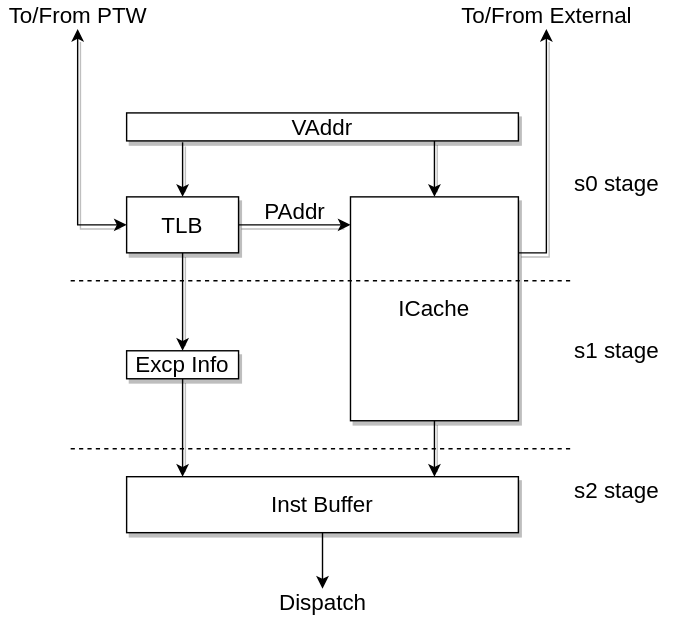
msyksphinz-self/scariv_zero keeps this draw.io diagram as docs/source/sections/frontend_pipe.svg. Above is the earlier version. Source tidied: cells renumbered, new cells last; positions are measured from the earlier drawing's top-left corner, leaving out a move shared by most shapes.
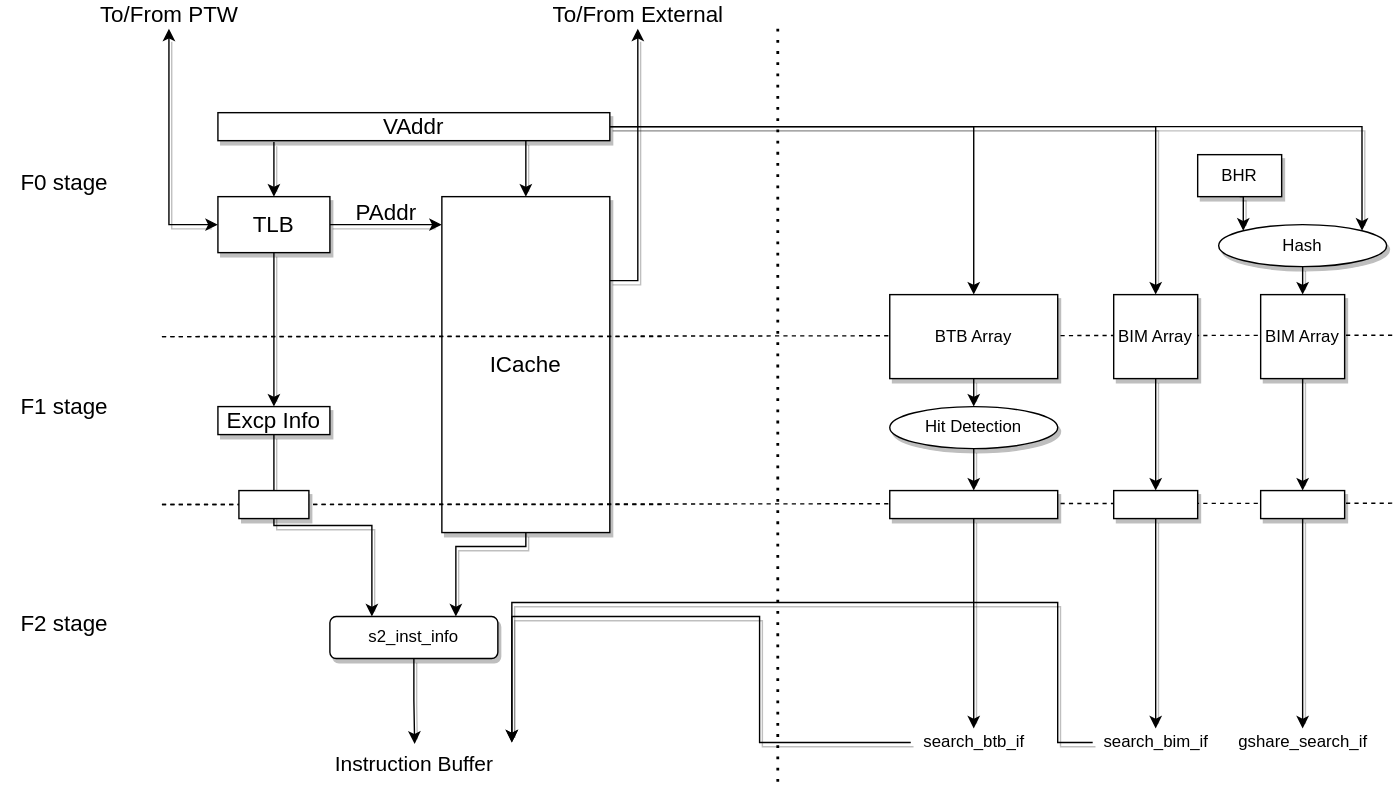
After the commit.

What changed in the source:
```diff
@@ -2,94 +2,208 @@
   <root>
     <mxCell id="0" />
     <mxCell id="1" parent="0" />
-    <mxCell id="2" style="edgeStyle=none;rounded=0;jettySize=auto;html=1;entryX=0.5;entryY=0;entryDx=0;entryDy=0;fontSize=16;shadow=1;" parent="1" edge="1" target="12">
+    <mxCell id="2" style="edgeStyle=none;rounded=0;jettySize=auto;html=1;entryX=0.5;entryY=0;entryDx=0;entryDy=0;fontSize=16;shadow=1;" parent="1" edge="1" target="15">
       <mxGeometry relative="1" as="geometry">
         <mxPoint x="310" y="100" as="sourcePoint" />
       </mxGeometry>
     </mxCell>
-    <mxCell id="3" style="edgeStyle=none;rounded=0;jettySize=auto;html=1;entryX=0.5;entryY=0;entryDx=0;entryDy=0;fontSize=16;shadow=1;" parent="1" edge="1" target="9">
+    <mxCell id="3" style="edgeStyle=none;rounded=0;jettySize=auto;html=1;entryX=0.5;entryY=0;entryDx=0;entryDy=0;fontSize=16;shadow=1;" parent="1" edge="1" target="12">
       <mxGeometry relative="1" as="geometry">
         <mxPoint x="130" y="101" as="sourcePoint" />
       </mxGeometry>
     </mxCell>
-    <mxCell id="4" value="VAddr" style="rounded=0;whiteSpace=wrap;html=1;fontSize=16;shadow=1;" parent="1" vertex="1">
-      <mxGeometry x="90" y="80" width="280" height="20" as="geometry" />
+    <mxCell id="4" style="edgeStyle=orthogonalEdgeStyle;rounded=0;jettySize=auto;html=1;exitX=1;exitY=0.5;exitDx=0;exitDy=0;" parent="1" edge="1" source="7" target="27">
+      <mxGeometry relative="1" as="geometry" />
     </mxCell>
-    <mxCell id="5" style="edgeStyle=none;rounded=0;jettySize=auto;html=1;exitX=1;exitY=0.5;exitDx=0;exitDy=0;fontSize=16;shadow=1;" parent="1" edge="1" source="9">
-      <mxGeometry relative="1" as="geometry">
-        <mxPoint x="250" y="160" as="targetPoint" />
-      </mxGeometry>
+    <mxCell id="5" style="edgeStyle=orthogonalEdgeStyle;rounded=0;jettySize=auto;html=1;exitX=1;exitY=0.5;exitDx=0;exitDy=0;shadow=1;" parent="1" edge="1" source="7" target="37">
+      <mxGeometry relative="1" as="geometry" />
     </mxCell>
-    <mxCell id="6" value="PAddr" style="edgeLabel;html=1;align=center;verticalAlign=middle;fontSize=16;labelBackgroundColor=none;shadow=1;" parent="5" vertex="1">
-      <mxGeometry x="0.29" y="2" relative="1" as="geometry">
-        <mxPoint x="-11.6" y="-8" as="offset" />
-      </mxGeometry>
+    <mxCell id="6" style="edgeStyle=orthogonalEdgeStyle;rounded=0;jettySize=auto;html=1;exitX=1;exitY=0.5;exitDx=0;exitDy=0;entryX=1;entryY=0;entryDx=0;entryDy=0;shadow=1;" parent="1" edge="1" source="7" target="47">
+      <mxGeometry relative="1" as="geometry" />
     </mxCell>
-    <mxCell id="7" style="edgeStyle=none;rounded=0;jettySize=auto;html=1;exitX=0.5;exitY=1;exitDx=0;exitDy=0;entryX=0.5;entryY=0;entryDx=0;entryDy=0;fontSize=16;shadow=1;" parent="1" edge="1" source="9" target="16">
-      <mxGeometry relative="1" as="geometry" />
+    <mxCell id="7" value="VAddr" style="rounded=0;whiteSpace=wrap;html=1;fontSize=16;shadow=1;" parent="1" vertex="1">
+      <mxGeometry x="90" y="80" width="280" height="20" as="geometry" />
     </mxCell>
-    <mxCell id="8" style="edgeStyle=orthogonalEdgeStyle;rounded=0;jettySize=auto;html=1;exitX=0;exitY=0.5;exitDx=0;exitDy=0;fontSize=16;startArrow=classic;startFill=1;shadow=1;" parent="1" edge="1" source="9" target="22">
-      <mxGeometry relative="1" as="geometry" />
+    <mxCell id="8" style="edgeStyle=none;rounded=0;jettySize=auto;html=1;exitX=1;exitY=0.5;exitDx=0;exitDy=0;fontSize=16;shadow=1;" parent="1" edge="1" source="12">
+      <mxGeometry relative="1" as="geometry">
+        <mxPoint x="250" y="160" as="targetPoint" />
+      </mxGeometry>
     </mxCell>
-    <mxCell id="9" value="TLB" style="rounded=0;whiteSpace=wrap;html=1;fontSize=16;shadow=1;" parent="1" vertex="1">
-      <mxGeometry x="90" y="140" width="80" height="40" as="geometry" />
+    <mxCell id="9" value="PAddr" style="edgeLabel;html=1;align=center;verticalAlign=middle;points=[];fontSize=16;labelBackgroundColor=none;shadow=1;" parent="8" vertex="1">
+      <mxGeometry x="0.29" y="2" relative="1" as="geometry">
+        <mxPoint x="-11.6" y="-8" as="offset" />
+      </mxGeometry>
     </mxCell>
-    <mxCell id="10" style="rounded=0;jettySize=auto;html=1;exitX=0.5;exitY=1;exitDx=0;exitDy=0;fontSize=16;shadow=1;" parent="1" edge="1" source="12">
-      <mxGeometry relative="1" as="geometry">
-        <mxPoint x="310" y="340" as="targetPoint" />
-      </mxGeometry>
+    <mxCell id="10" style="edgeStyle=none;rounded=0;jettySize=auto;html=1;exitX=0.5;exitY=1;exitDx=0;exitDy=0;entryX=0.5;entryY=0;entryDx=0;entryDy=0;fontSize=16;shadow=1;" parent="1" edge="1" source="12" target="17">
+      <mxGeometry relative="1" as="geometry" />
     </mxCell>
-    <mxCell id="11" style="edgeStyle=orthogonalEdgeStyle;rounded=0;jettySize=auto;html=1;exitX=1;exitY=0.25;exitDx=0;exitDy=0;fontSize=16;shadow=1;" parent="1" edge="1" source="12" target="23">
+    <mxCell id="11" style="edgeStyle=orthogonalEdgeStyle;rounded=0;jettySize=auto;html=1;exitX=0;exitY=0.5;exitDx=0;exitDy=0;fontSize=16;startArrow=classic;startFill=1;shadow=1;" parent="1" edge="1" source="12" target="23">
       <mxGeometry relative="1" as="geometry" />
     </mxCell>
-    <mxCell id="12" value="ICache" style="rounded=0;whiteSpace=wrap;html=1;fontSize=16;shadow=1;" parent="1" vertex="1">
-      <mxGeometry x="250" y="140" width="120" height="160" as="geometry" />
+    <mxCell id="12" value="TLB" style="rounded=0;whiteSpace=wrap;html=1;fontSize=16;shadow=1;" parent="1" vertex="1">
+      <mxGeometry x="90" y="140" width="80" height="40" as="geometry" />
     </mxCell>
-    <mxCell id="13" style="edgeStyle=orthogonalEdgeStyle;rounded=0;jettySize=auto;html=1;exitX=0.5;exitY=1;exitDx=0;exitDy=0;startArrow=none;startFill=0;fontSize=16;" parent="1" edge="1" source="14">
+    <mxCell id="13" style="rounded=0;jettySize=auto;html=1;exitX=0.5;exitY=1;exitDx=0;exitDy=0;fontSize=16;shadow=1;entryX=0.75;entryY=0;entryDx=0;entryDy=0;edgeStyle=orthogonalEdgeStyle;" parent="1" edge="1" source="15" target="43">
       <mxGeometry relative="1" as="geometry">
-        <mxPoint x="230" y="420" as="targetPoint" />
+        <Array as="points">
+          <mxPoint x="310" y="390" />
+          <mxPoint x="260" y="390" />
+        </Array>
       </mxGeometry>
     </mxCell>
-    <mxCell id="14" value="Inst Buffer" style="rounded=0;whiteSpace=wrap;html=1;fontSize=16;shadow=1;" parent="1" vertex="1">
-      <mxGeometry x="90" y="340" width="280" height="40" as="geometry" />
+    <mxCell id="14" style="edgeStyle=orthogonalEdgeStyle;rounded=0;jettySize=auto;html=1;exitX=1;exitY=0.25;exitDx=0;exitDy=0;fontSize=16;shadow=1;" parent="1" edge="1" source="15" target="24">
+      <mxGeometry relative="1" as="geometry" />
     </mxCell>
-    <mxCell id="15" style="edgeStyle=none;rounded=0;jettySize=auto;html=1;exitX=0.5;exitY=1;exitDx=0;exitDy=0;fontSize=16;shadow=1;" parent="1" edge="1" source="16">
-      <mxGeometry relative="1" as="geometry">
-        <mxPoint x="130" y="340" as="targetPoint" />
-      </mxGeometry>
+    <mxCell id="15" value="ICache" style="rounded=0;whiteSpace=wrap;html=1;fontSize=16;shadow=1;" parent="1" vertex="1">
+      <mxGeometry x="250" y="140" width="120" height="240" as="geometry" />
     </mxCell>
-    <mxCell id="16" value="Excp Info" style="rounded=0;whiteSpace=wrap;html=1;fontSize=16;shadow=1;" parent="1" vertex="1">
-      <mxGeometry x="90" y="250" width="80" height="20" as="geometry" />
+    <mxCell id="16" style="edgeStyle=orthogonalEdgeStyle;rounded=0;jettySize=auto;html=1;exitX=0.5;exitY=1;exitDx=0;exitDy=0;fontSize=16;shadow=1;entryX=0.25;entryY=0;entryDx=0;entryDy=0;" parent="1" edge="1" source="17" target="43">
+      <mxGeometry relative="1" as="geometry" />
     </mxCell>
-    <mxCell id="17" style="endArrow=none;dashed=1;html=1;fontSize=16;" parent="1" edge="1">
-      <mxGeometry relative="1" as="geometry">
-        <mxPoint x="50" y="200" as="sourcePoint" />
-        <mxPoint x="410" y="200" as="targetPoint" />
-      </mxGeometry>
+    <mxCell id="17" value="Excp Info" style="rounded=0;whiteSpace=wrap;html=1;fontSize=16;shadow=1;" parent="1" vertex="1">
+      <mxGeometry x="90" y="290" width="80" height="20" as="geometry" />
     </mxCell>
     <mxCell id="18" style="endArrow=none;dashed=1;html=1;fontSize=16;" parent="1" edge="1">
       <mxGeometry relative="1" as="geometry">
-        <mxPoint x="50" y="320" as="sourcePoint" />
-        <mxPoint x="410" y="320" as="targetPoint" />
+        <mxPoint x="50" y="240" as="sourcePoint" />
+        <mxPoint x="410" y="240" as="targetPoint" />
       </mxGeometry>
     </mxCell>
-    <mxCell id="19" value="s0 stage" style="text;html=1;align=center;verticalAlign=middle;fontSize=16;" parent="1" vertex="1">
-      <mxGeometry x="400" y="120" width="80" height="20" as="geometry" />
+    <mxCell id="19" style="endArrow=none;dashed=1;html=1;fontSize=16;" parent="1" edge="1">
+      <mxGeometry relative="1" as="geometry">
+        <mxPoint x="50" y="360" as="sourcePoint" />
+        <mxPoint x="410" y="360" as="targetPoint" />
+      </mxGeometry>
     </mxCell>
-    <mxCell id="20" value="s1 stage" style="text;html=1;align=center;verticalAlign=middle;fontSize=16;" parent="1" vertex="1">
-      <mxGeometry x="400" y="240" width="80" height="20" as="geometry" />
+    <mxCell id="20" value="F0 stage" style="text;html=1;align=center;verticalAlign=middle;fontSize=16;" parent="1" vertex="1">
+      <mxGeometry x="-65" y="115" width="90" height="30" as="geometry" />
     </mxCell>
-    <mxCell id="21" value="s2 stage" style="text;html=1;align=center;verticalAlign=middle;fontSize=16;" parent="1" vertex="1">
-      <mxGeometry x="400" y="340" width="80" height="20" as="geometry" />
+    <mxCell id="21" value="F1 stage" style="text;html=1;align=center;verticalAlign=middle;fontSize=16;" parent="1" vertex="1">
+      <mxGeometry x="-65" y="275" width="90" height="30" as="geometry" />
     </mxCell>
-    <mxCell id="22" value="To/From PTW" style="text;html=1;align=center;verticalAlign=middle;points=[];fontSize=16;" parent="1" vertex="1">
-      <mxGeometry width="110" height="20" as="geometry" />
+    <mxCell id="22" value="F2 stage" style="text;html=1;align=center;verticalAlign=middle;points=[];fontSize=16;" parent="1" vertex="1">
+      <mxGeometry x="-65" y="430" width="90" height="30" as="geometry" />
     </mxCell>
-    <mxCell id="23" value="To/From External" style="text;html=1;align=center;verticalAlign=middle;points=[];fontSize=16;" parent="1" vertex="1">
-      <mxGeometry x="320" width="140" height="20" as="geometry" />
+    <mxCell id="23" value="To/From PTW" style="text;html=1;align=center;verticalAlign=middle;points=[];fontSize=16;" parent="1" vertex="1">
+      <mxGeometry width="110" height="20" as="geometry" />
     </mxCell>
-    <mxCell id="24" value="Dispatch" style="text;html=1;align=center;verticalAlign=middle;points=[];fontSize=16;" parent="1" vertex="1">
-      <mxGeometry x="190" y="420" width="80" height="20" as="geometry" />
+    <mxCell id="24" value="To/From External" style="text;html=1;align=center;verticalAlign=middle;points=[];fontSize=16;" parent="1" vertex="1">
+      <mxGeometry x="320" width="140" height="20" as="geometry" />
     </mxCell>
+    <mxCell id="25" style="endArrow=none;dashed=1;html=1;fontSize=16;" parent="1" edge="1">
+      <mxGeometry relative="1" as="geometry">
+        <mxPoint x="50" y="240" as="sourcePoint" />
+        <mxPoint x="930" y="239" as="targetPoint" />
+      </mxGeometry>
+    </mxCell>
+    <mxCell id="26" style="edgeStyle=orthogonalEdgeStyle;rounded=0;jettySize=auto;html=1;exitX=0.5;exitY=1;exitDx=0;exitDy=0;entryX=0.5;entryY=0;entryDx=0;entryDy=0;shadow=1;" parent="1" edge="1" source="27" target="31">
+      <mxGeometry relative="1" as="geometry" />
+    </mxCell>
+    <mxCell id="27" value="BTB Array" style="rounded=0;whiteSpace=wrap;html=1;shadow=1;" parent="1" vertex="1">
+      <mxGeometry x="570" y="210" width="120" height="60" as="geometry" />
+    </mxCell>
+    <mxCell id="28" style="endArrow=none;dashed=1;html=1;fontSize=16;" parent="1" edge="1">
+      <mxGeometry relative="1" as="geometry">
+        <mxPoint x="50" y="360" as="sourcePoint" />
+        <mxPoint x="930" y="359" as="targetPoint" />
+      </mxGeometry>
+    </mxCell>
+    <mxCell id="29" style="endArrow=none;dashed=1;html=1;dashPattern=1 3;strokeWidth=2;rounded=0;" parent="1" edge="1">
+      <mxGeometry relative="1" as="geometry">
+        <mxPoint x="490" y="20" as="sourcePoint" />
+        <mxPoint x="490" y="560" as="targetPoint" />
+      </mxGeometry>
+    </mxCell>
+    <mxCell id="30" style="edgeStyle=orthogonalEdgeStyle;rounded=0;jettySize=auto;html=1;exitX=0.5;exitY=1;exitDx=0;exitDy=0;entryX=0.5;entryY=0;entryDx=0;entryDy=0;shadow=1;" parent="1" edge="1" source="31" target="33">
+      <mxGeometry relative="1" as="geometry" />
+    </mxCell>
+    <mxCell id="31" value="Hit Detection" style="ellipse;whiteSpace=wrap;html=1;shadow=1;" parent="1" vertex="1">
+      <mxGeometry x="570" y="290" width="120" height="30" as="geometry" />
+    </mxCell>
+    <mxCell id="32" style="edgeStyle=orthogonalEdgeStyle;rounded=0;jettySize=auto;html=1;exitX=0.5;exitY=1;exitDx=0;exitDy=0;shadow=1;" parent="1" edge="1" source="33" target="35">
+      <mxGeometry relative="1" as="geometry" />
+    </mxCell>
+    <mxCell id="33" style="rounded=0;whiteSpace=wrap;html=1;shadow=1;" parent="1" vertex="1">
+      <mxGeometry x="570" y="350" width="120" height="20" as="geometry" />
+    </mxCell>
+    <mxCell id="34" style="edgeStyle=orthogonalEdgeStyle;rounded=0;jettySize=auto;html=1;entryX=0.75;entryY=0;entryDx=0;entryDy=0;shadow=1;" parent="1" edge="1" source="35">
+      <mxGeometry relative="1" as="geometry">
+        <mxPoint x="300" y="530" as="targetPoint" />
+        <Array as="points">
+          <mxPoint x="477" y="530" />
+          <mxPoint x="477" y="440" />
+          <mxPoint x="300" y="440" />
+        </Array>
+      </mxGeometry>
+    </mxCell>
+    <mxCell id="35" value="search_btb_if" style="text;html=1;align=center;verticalAlign=middle;points=[];strokeColor=none;fillColor=none;shadow=1;" parent="1" vertex="1">
+      <mxGeometry x="585" y="520" width="90" height="20" as="geometry" />
+    </mxCell>
+    <mxCell id="36" style="edgeStyle=orthogonalEdgeStyle;rounded=0;jettySize=auto;html=1;entryX=0.5;entryY=0;entryDx=0;entryDy=0;shadow=1;" parent="1" edge="1" source="37" target="39">
+      <mxGeometry relative="1" as="geometry" />
+    </mxCell>
+    <mxCell id="37" value="BIM Array" style="rounded=0;whiteSpace=wrap;html=1;shadow=1;" parent="1" vertex="1">
+      <mxGeometry x="730" y="210" width="60" height="60" as="geometry" />
+    </mxCell>
+    <mxCell id="38" style="edgeStyle=orthogonalEdgeStyle;rounded=0;jettySize=auto;html=1;exitX=0.5;exitY=1;exitDx=0;exitDy=0;shadow=1;" parent="1" edge="1" source="39" target="41">
+      <mxGeometry relative="1" as="geometry" />
+    </mxCell>
+    <mxCell id="39" style="rounded=0;whiteSpace=wrap;html=1;shadow=1;" parent="1" vertex="1">
+      <mxGeometry x="730" y="350" width="60" height="20" as="geometry" />
+    </mxCell>
+    <mxCell id="40" style="edgeStyle=orthogonalEdgeStyle;rounded=0;jettySize=auto;html=1;entryX=0.75;entryY=0;entryDx=0;entryDy=0;shadow=1;" parent="1" edge="1" source="41">
+      <mxGeometry relative="1" as="geometry">
+        <mxPoint x="300" y="530" as="targetPoint" />
+        <Array as="points">
+          <mxPoint x="690" y="530" />
+          <mxPoint x="690" y="430" />
+          <mxPoint x="300" y="430" />
+        </Array>
+      </mxGeometry>
+    </mxCell>
+    <mxCell id="41" value="search_bim_if" style="text;html=1;align=center;verticalAlign=middle;points=[];strokeColor=none;fillColor=none;shadow=1;" parent="1" vertex="1">
+      <mxGeometry x="715" y="520" width="90" height="20" as="geometry" />
+    </mxCell>
+    <mxCell id="42" style="edgeStyle=orthogonalEdgeStyle;rounded=0;jettySize=auto;html=1;exitX=0.5;exitY=1;exitDx=0;exitDy=0;shadow=1;entryX=0.504;entryY=0.033;entryDx=0;entryDy=0;entryPerimeter=0;" parent="1" edge="1" source="43" target="54">
+      <mxGeometry relative="1" as="geometry" />
+    </mxCell>
+    <mxCell id="43" value="s2_inst_info" style="rounded=1;whiteSpace=wrap;html=1;shadow=1;" parent="1" vertex="1">
+      <mxGeometry x="170" y="440" width="120" height="30" as="geometry" />
+    </mxCell>
+    <mxCell id="44" style="edgeStyle=orthogonalEdgeStyle;rounded=0;jettySize=auto;html=1;exitX=0.5;exitY=1;exitDx=0;exitDy=0;entryX=0;entryY=0;entryDx=0;entryDy=0;shadow=1;" parent="1" edge="1" source="45" target="47">
+      <mxGeometry relative="1" as="geometry" />
+    </mxCell>
+    <mxCell id="45" value="BHR" style="rounded=0;whiteSpace=wrap;html=1;shadow=1;" parent="1" vertex="1">
+      <mxGeometry x="790" y="110" width="60" height="30" as="geometry" />
+    </mxCell>
+    <mxCell id="46" style="edgeStyle=orthogonalEdgeStyle;rounded=0;jettySize=auto;html=1;exitX=0.5;exitY=1;exitDx=0;exitDy=0;entryX=0.5;entryY=0;entryDx=0;entryDy=0;shadow=1;" parent="1" edge="1" source="47" target="49">
+      <mxGeometry relative="1" as="geometry" />
+    </mxCell>
+    <mxCell id="47" value="Hash" style="ellipse;whiteSpace=wrap;html=1;shadow=1;" parent="1" vertex="1">
+      <mxGeometry x="805" y="160" width="120" height="30" as="geometry" />
+    </mxCell>
+    <mxCell id="48" style="edgeStyle=orthogonalEdgeStyle;rounded=0;jettySize=auto;html=1;exitX=0.5;exitY=1;exitDx=0;exitDy=0;entryX=0.5;entryY=0;entryDx=0;entryDy=0;shadow=1;" parent="1" edge="1" source="49" target="51">
+      <mxGeometry relative="1" as="geometry" />
+    </mxCell>
+    <mxCell id="49" value="BIM Array" style="rounded=0;whiteSpace=wrap;html=1;shadow=1;" parent="1" vertex="1">
+      <mxGeometry x="835" y="210" width="60" height="60" as="geometry" />
+    </mxCell>
+    <mxCell id="50" style="edgeStyle=orthogonalEdgeStyle;rounded=0;jettySize=auto;html=1;exitX=0.5;exitY=1;exitDx=0;exitDy=0;shadow=1;" parent="1" edge="1" source="51">
+      <mxGeometry relative="1" as="geometry">
+        <mxPoint x="865" y="520" as="targetPoint" />
+      </mxGeometry>
+    </mxCell>
+    <mxCell id="51" style="rounded=0;whiteSpace=wrap;html=1;shadow=1;" parent="1" vertex="1">
+      <mxGeometry x="835" y="350" width="60" height="20" as="geometry" />
+    </mxCell>
+    <mxCell id="52" value="gshare_search_if" style="text;html=1;align=center;verticalAlign=middle;strokeColor=none;fillColor=none;shadow=1;" parent="1" vertex="1">
+      <mxGeometry x="810" y="520" width="110" height="20" as="geometry" />
+    </mxCell>
+    <mxCell id="53" style="rounded=0;whiteSpace=wrap;html=1;shadow=1;" parent="1" vertex="1">
+      <mxGeometry x="105" y="350" width="50" height="20" as="geometry" />
+    </mxCell>
+    <mxCell id="54" value="Instruction Buffer" style="text;html=1;align=center;verticalAlign=middle;points=[];strokeColor=none;fillColor=none;fontSize=15;" parent="1" vertex="1">
+      <mxGeometry x="160" y="530" width="140" height="30" as="geometry" />
+    </mxCell>
   </root>
 </mxGraphModel>
```
